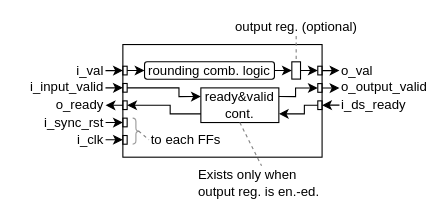
Earlier version of the draw.io diagram FPGA/synth/math/rounding/round_hf2evn/v2.0.0/doc/module_schematic_diagram.drawio (motchy869/code-fractions). Source tidied: cells renumbered, new cells numbered last; positions are measured from the earlier drawing's top-left corner, leaving out a move shared by most shapes. Both pictures are drawn from the tidied source at 110%, with x=0, y=0 at pixel (19, 18).
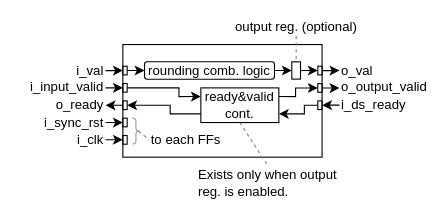
Above is the later version.

What changed in the source:
```diff
@@
-    <mxCell id="43" value="Exists only when output reg. is en.-ed." style="text;html=1;strokeColor=none;fillColor=none;align=left;verticalAlign=middle;whiteSpace=wrap;rounded=0;" parent="1" vertex="1">
-      <mxGeometry x="161.2" y="134.2" width="118.1" height="31.5" as="geometry" />
+    <mxCell id="43" value="Exists only when output reg. is enabled." style="text;strokeColor=none;fillColor=none;align=left;verticalAlign=middle;whiteSpace=wrap;rounded=0;" parent="1" vertex="1">
+      <mxGeometry x="161.2" y="134.2" width="129.9" height="31.5" as="geometry" />
     </mxCell>
```
